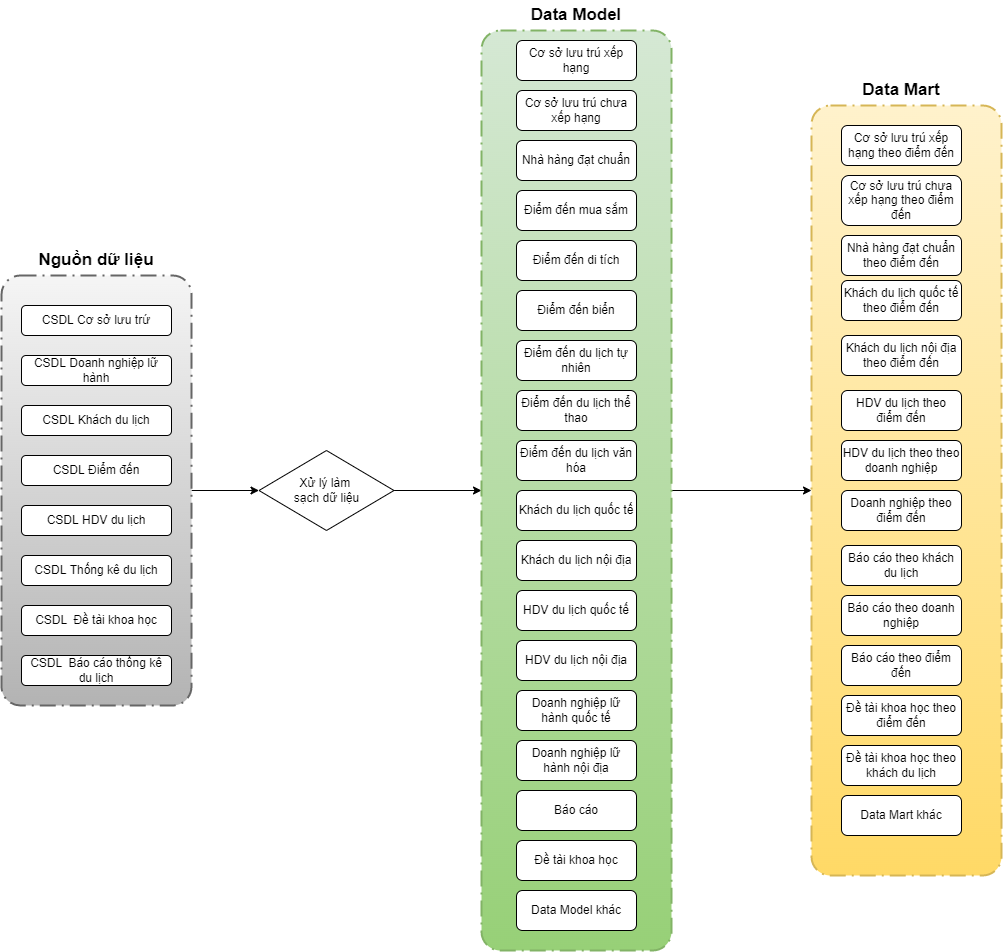
Before: tcdl-Page-4.drawio.png, a diagram exported from draw.io (letheanh12345/Draw-io). Source tidied: cells renumbered, new cells last; positions are measured from the earlier drawing's top-left corner, leaving out a move shared by most shapes.
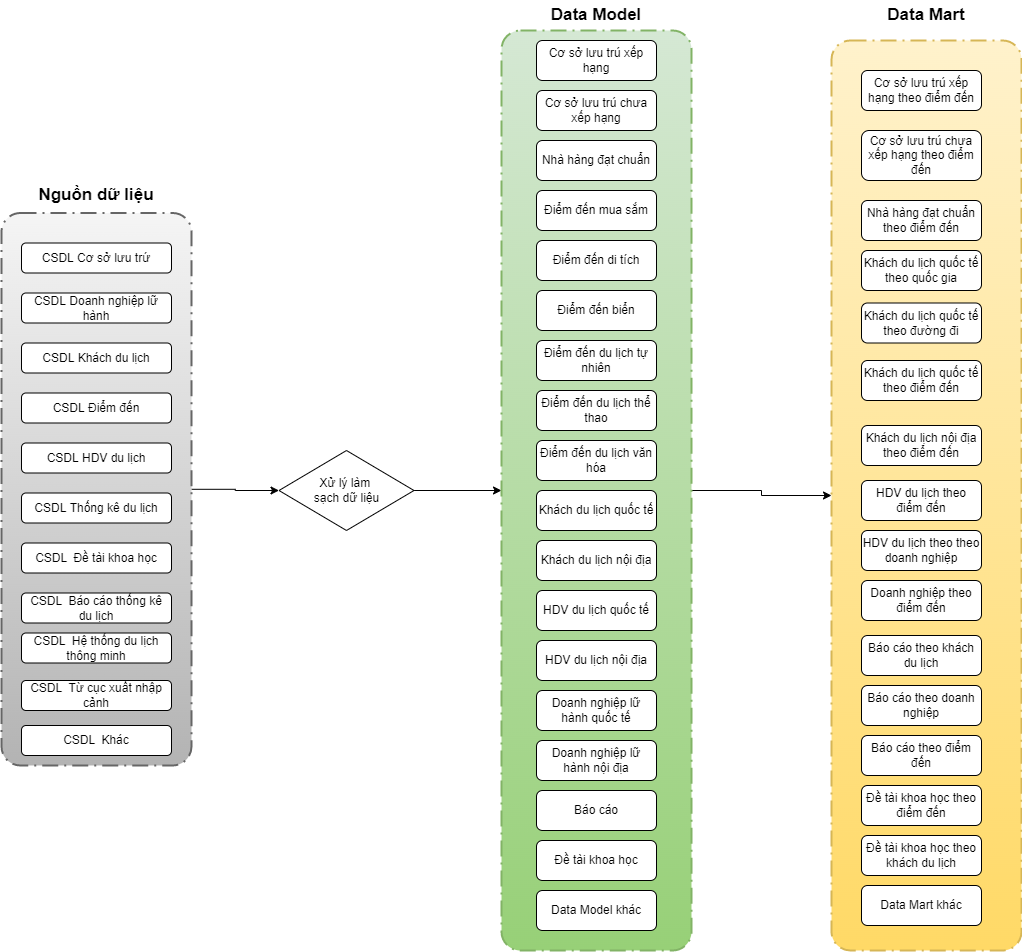
Later version of the same file.

Change to the diagram source:
```diff
@@ -6,31 +6,31 @@
       <mxGeometry relative="1" as="geometry" />
     </mxCell>
     <mxCell id="3" style="points=[[0.25,0,0],[0.5,0,0],[0.75,0,0],[1,0.25,0],[1,0.5,0],[1,0.75,0],[0.75,1,0],[0.5,1,0],[0.25,1,0],[0,0.75,0],[0,0.5,0],[0,0.25,0]];rounded=1;arcSize=10;dashed=1;strokeColor=#666666;fillColor=#f5f5f5;gradientColor=#b3b3b3;dashPattern=8 3 1 3;strokeWidth=2;fontStyle=1;fontSize=20;" parent="1" vertex="1">
-      <mxGeometry y="275" width="190" height="430" as="geometry" />
+      <mxGeometry x="-20" y="212.5" width="190" height="552.5" as="geometry" />
     </mxCell>
     <mxCell id="4" value="CSDL Cơ sở lưu trứ" style="rounded=1;whiteSpace=wrap;html=1;" parent="1" vertex="1">
-      <mxGeometry x="20" y="305" width="150" height="30" as="geometry" />
+      <mxGeometry y="242.5" width="150" height="30" as="geometry" />
     </mxCell>
     <mxCell id="5" value="CSDL Doanh nghiệp lữ hành" style="rounded=1;whiteSpace=wrap;html=1;" parent="1" vertex="1">
-      <mxGeometry x="20" y="355" width="150" height="30" as="geometry" />
+      <mxGeometry y="292.5" width="150" height="30" as="geometry" />
     </mxCell>
     <mxCell id="6" value="CSDL Khách du lịch" style="rounded=1;whiteSpace=wrap;html=1;" parent="1" vertex="1">
-      <mxGeometry x="20" y="405" width="150" height="30" as="geometry" />
+      <mxGeometry y="342.5" width="150" height="30" as="geometry" />
     </mxCell>
     <mxCell id="7" value="CSDL Điểm đến" style="rounded=1;whiteSpace=wrap;html=1;" parent="1" vertex="1">
-      <mxGeometry x="20" y="455" width="150" height="30" as="geometry" />
+      <mxGeometry y="392.5" width="150" height="30" as="geometry" />
     </mxCell>
     <mxCell id="8" value="CSDL HDV du lịch" style="rounded=1;whiteSpace=wrap;html=1;" parent="1" vertex="1">
-      <mxGeometry x="20" y="505" width="150" height="30" as="geometry" />
+      <mxGeometry y="442.5" width="150" height="30" as="geometry" />
     </mxCell>
     <mxCell id="9" value="CSDL Thống kê du lịch" style="rounded=1;whiteSpace=wrap;html=1;" parent="1" vertex="1">
-      <mxGeometry x="20" y="555" width="150" height="30" as="geometry" />
+      <mxGeometry y="492.5" width="150" height="30" as="geometry" />
     </mxCell>
     <mxCell id="10" value="CSDL&amp;nbsp; Đề tài khoa học" style="rounded=1;whiteSpace=wrap;html=1;" parent="1" vertex="1">
-      <mxGeometry x="20" y="605" width="150" height="30" as="geometry" />
+      <mxGeometry y="542.5" width="150" height="30" as="geometry" />
     </mxCell>
     <mxCell id="11" value="CSDL&amp;nbsp; Báo cáo thống kê du lịch" style="rounded=1;whiteSpace=wrap;html=1;" parent="1" vertex="1">
-      <mxGeometry x="20" y="655" width="150" height="30" as="geometry" />
+      <mxGeometry y="592.5" width="150" height="30" as="geometry" />
     </mxCell>
     <mxCell id="12" style="edgeStyle=orthogonalEdgeStyle;rounded=0;jettySize=auto;html=1;entryX=0;entryY=0.5;entryDx=0;entryDy=0;entryPerimeter=0;" parent="1" edge="1" source="13" target="15">
       <mxGeometry relative="1" as="geometry" />
@@ -99,61 +99,76 @@
       <mxGeometry x="515" y="890" width="120" height="40" as="geometry" />
     </mxCell>
     <mxCell id="34" value="&lt;b&gt;&lt;font style=&quot;font-size: 17px;&quot;&gt;Nguồn dữ liệu&lt;/font&gt;&lt;/b&gt;" style="text;html=1;strokeColor=none;fillColor=none;align=center;verticalAlign=middle;whiteSpace=wrap;rounded=0;" parent="1" vertex="1">
-      <mxGeometry x="20" y="245" width="150" height="30" as="geometry" />
+      <mxGeometry y="180" width="150" height="30" as="geometry" />
     </mxCell>
     <mxCell id="35" value="&lt;b&gt;&lt;font style=&quot;font-size: 17px;&quot;&gt;Data Model&lt;/font&gt;&lt;/b&gt;" style="text;html=1;strokeColor=none;fillColor=none;align=center;verticalAlign=middle;whiteSpace=wrap;rounded=0;" parent="1" vertex="1">
       <mxGeometry x="490" width="170" height="30" as="geometry" />
     </mxCell>
     <mxCell id="36" style="points=[[0.25,0,0],[0.5,0,0],[0.75,0,0],[1,0.25,0],[1,0.5,0],[1,0.75,0],[0.75,1,0],[0.5,1,0],[0.25,1,0],[0,0.75,0],[0,0.5,0],[0,0.25,0]];rounded=1;arcSize=10;dashed=1;strokeColor=#d6b656;fillColor=#fff2cc;gradientColor=#ffd966;dashPattern=8 3 1 3;strokeWidth=2;fontStyle=1;fontSize=20;" parent="1" vertex="1">
-      <mxGeometry x="810" y="105" width="190" height="770" as="geometry" />
+      <mxGeometry x="810" y="40" width="190" height="910" as="geometry" />
     </mxCell>
     <mxCell id="37" value="Cơ sở lưu trú xếp hạng theo điểm đến" style="rounded=1;whiteSpace=wrap;html=1;" parent="1" vertex="1">
-      <mxGeometry x="840" y="125" width="120" height="40" as="geometry" />
+      <mxGeometry x="840" y="70" width="120" height="40" as="geometry" />
     </mxCell>
     <mxCell id="38" value="Cơ sở lưu trú chưa xếp hạng theo điểm đến" style="rounded=1;whiteSpace=wrap;html=1;" parent="1" vertex="1">
-      <mxGeometry x="840" y="175" width="120" height="50" as="geometry" />
+      <mxGeometry x="840" y="130" width="120" height="50" as="geometry" />
     </mxCell>
     <mxCell id="39" value="Nhà hàng đạt chuẩn theo điểm đến" style="rounded=1;whiteSpace=wrap;html=1;" parent="1" vertex="1">
-      <mxGeometry x="840" y="235" width="120" height="40" as="geometry" />
+      <mxGeometry x="840" y="200" width="120" height="40" as="geometry" />
     </mxCell>
     <mxCell id="40" value="Khách du lịch quốc tế theo điểm đến" style="rounded=1;whiteSpace=wrap;html=1;" parent="1" vertex="1">
-      <mxGeometry x="840" y="280" width="120" height="40" as="geometry" />
+      <mxGeometry x="840" y="360" width="120" height="40" as="geometry" />
     </mxCell>
     <mxCell id="41" value="Khách du lịch nội địa theo điểm đến" style="rounded=1;whiteSpace=wrap;html=1;" parent="1" vertex="1">
-      <mxGeometry x="840" y="335" width="120" height="40" as="geometry" />
+      <mxGeometry x="840" y="425" width="120" height="40" as="geometry" />
     </mxCell>
     <mxCell id="42" style="edgeStyle=orthogonalEdgeStyle;rounded=0;orthogonalLoop=1;jettySize=auto;html=1;exitX=0.5;exitY=1;exitDx=0;exitDy=0;" parent="1" edge="1" source="41" target="41">
       <mxGeometry relative="1" as="geometry" />
     </mxCell>
     <mxCell id="43" value="HDV du lịch theo điểm đến" style="rounded=1;whiteSpace=wrap;html=1;" parent="1" vertex="1">
-      <mxGeometry x="840" y="390" width="120" height="40" as="geometry" />
+      <mxGeometry x="840" y="480" width="120" height="40" as="geometry" />
     </mxCell>
     <mxCell id="44" value="HDV du lịch theo theo doanh nghiệp" style="rounded=1;whiteSpace=wrap;html=1;" parent="1" vertex="1">
-      <mxGeometry x="840" y="440" width="120" height="40" as="geometry" />
+      <mxGeometry x="840" y="530" width="120" height="40" as="geometry" />
     </mxCell>
     <mxCell id="45" value="Doanh nghiệp theo điểm đến" style="rounded=1;whiteSpace=wrap;html=1;" parent="1" vertex="1">
-      <mxGeometry x="840" y="490" width="120" height="40" as="geometry" />
+      <mxGeometry x="840" y="580" width="120" height="40" as="geometry" />
     </mxCell>
     <mxCell id="46" value="Báo cáo theo khách du lịch" style="rounded=1;whiteSpace=wrap;html=1;" parent="1" vertex="1">
-      <mxGeometry x="840" y="545" width="120" height="40" as="geometry" />
+      <mxGeometry x="840" y="635" width="120" height="40" as="geometry" />
     </mxCell>
     <mxCell id="47" value="Báo cáo theo doanh nghiệp" style="rounded=1;whiteSpace=wrap;html=1;" parent="1" vertex="1">
-      <mxGeometry x="840" y="595" width="120" height="40" as="geometry" />
+      <mxGeometry x="840" y="685" width="120" height="40" as="geometry" />
     </mxCell>
     <mxCell id="48" value="Báo cáo theo điểm đến" style="rounded=1;whiteSpace=wrap;html=1;" parent="1" vertex="1">
-      <mxGeometry x="840" y="645" width="120" height="40" as="geometry" />
+      <mxGeometry x="840" y="735" width="120" height="40" as="geometry" />
     </mxCell>
     <mxCell id="49" value="Đề tài khoa học theo điểm đến" style="rounded=1;whiteSpace=wrap;html=1;" parent="1" vertex="1">
-      <mxGeometry x="840" y="695" width="120" height="40" as="geometry" />
+      <mxGeometry x="840" y="785" width="120" height="40" as="geometry" />
     </mxCell>
     <mxCell id="50" value="Đề tài khoa học theo khách du lịch" style="rounded=1;whiteSpace=wrap;html=1;" parent="1" vertex="1">
-      <mxGeometry x="840" y="745" width="120" height="40" as="geometry" />
+      <mxGeometry x="840" y="835" width="120" height="40" as="geometry" />
     </mxCell>
     <mxCell id="51" value="Data Mart khác" style="rounded=1;whiteSpace=wrap;html=1;" parent="1" vertex="1">
-      <mxGeometry x="840" y="795" width="120" height="40" as="geometry" />
+      <mxGeometry x="840" y="885" width="120" height="40" as="geometry" />
     </mxCell>
     <mxCell id="52" value="&lt;b&gt;&lt;font style=&quot;font-size: 17px;&quot;&gt;Data Mart&lt;/font&gt;&lt;/b&gt;" style="text;html=1;strokeColor=none;fillColor=none;align=center;verticalAlign=middle;whiteSpace=wrap;rounded=0;" parent="1" vertex="1">
-      <mxGeometry x="815" y="75" width="170" height="30" as="geometry" />
+      <mxGeometry x="820" width="170" height="30" as="geometry" />
     </mxCell>
+    <mxCell id="53" value="CSDL&amp;nbsp; Từ cục xuất nhập cảnh" style="rounded=1;whiteSpace=wrap;html=1;" parent="1" vertex="1">
+      <mxGeometry y="680" width="150" height="30" as="geometry" />
+    </mxCell>
+    <mxCell id="54" value="CSDL&amp;nbsp; Hệ thống du lịch thông minh" style="rounded=1;whiteSpace=wrap;html=1;" parent="1" vertex="1">
+      <mxGeometry y="632.5" width="150" height="30" as="geometry" />
+    </mxCell>
+    <mxCell id="55" value="CSDL&amp;nbsp; Khác" style="rounded=1;whiteSpace=wrap;html=1;" parent="1" vertex="1">
+      <mxGeometry y="725" width="150" height="30" as="geometry" />
+    </mxCell>
+    <mxCell id="56" value="Khách du lịch quốc tế theo quốc gia" style="rounded=1;whiteSpace=wrap;html=1;" parent="1" vertex="1">
+      <mxGeometry x="840" y="250" width="120" height="40" as="geometry" />
+    </mxCell>
+    <mxCell id="57" value="Khách du lịch quốc tế theo đường đi" style="rounded=1;whiteSpace=wrap;html=1;" parent="1" vertex="1">
+      <mxGeometry x="840" y="302.5" width="120" height="40" as="geometry" />
+    </mxCell>
   </root>
 </mxGraphModel>
```
